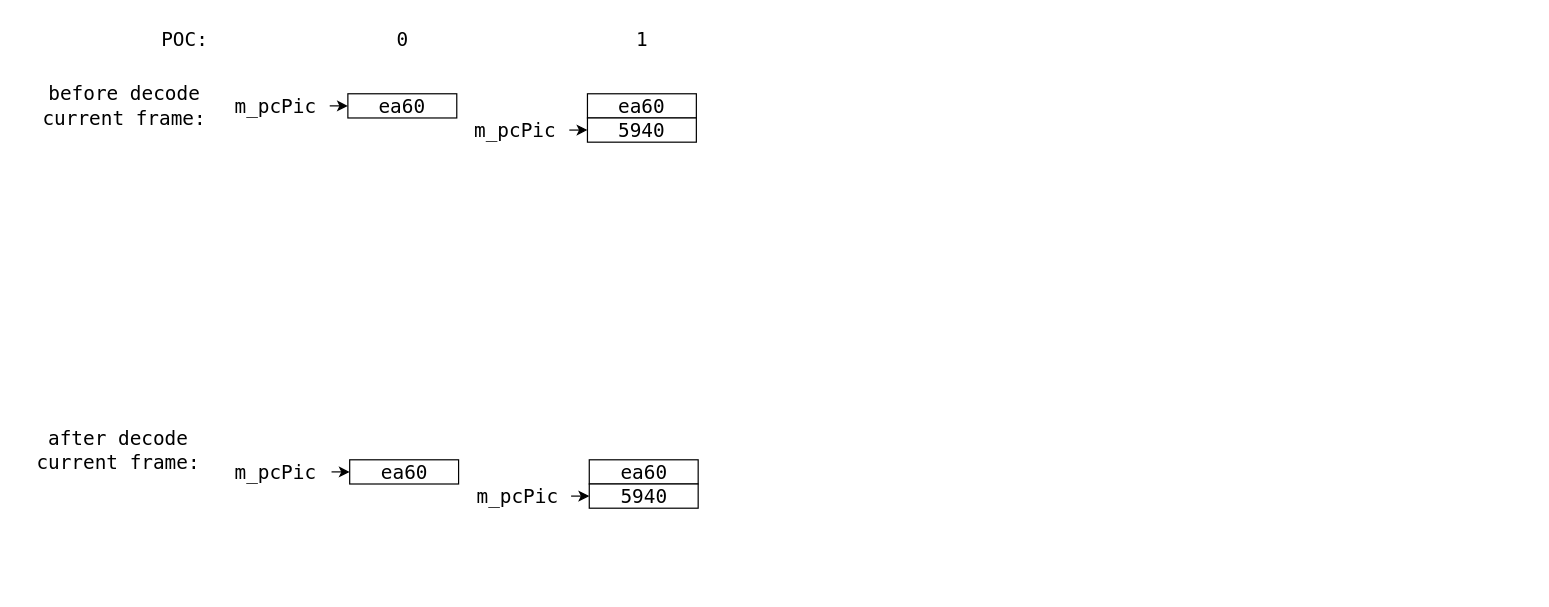
This is RefList_LDP.drawio from Joeyrr/draw.io, a draw.io file, before an edit. Source tidied: cells renumbered, new cells numbered last; positions are measured from the earlier drawing's top-left corner, leaving out a move shared by most shapes. Both pictures are drawn from the tidied source at 121%, with x=0, y=0 at pixel (21, 21).
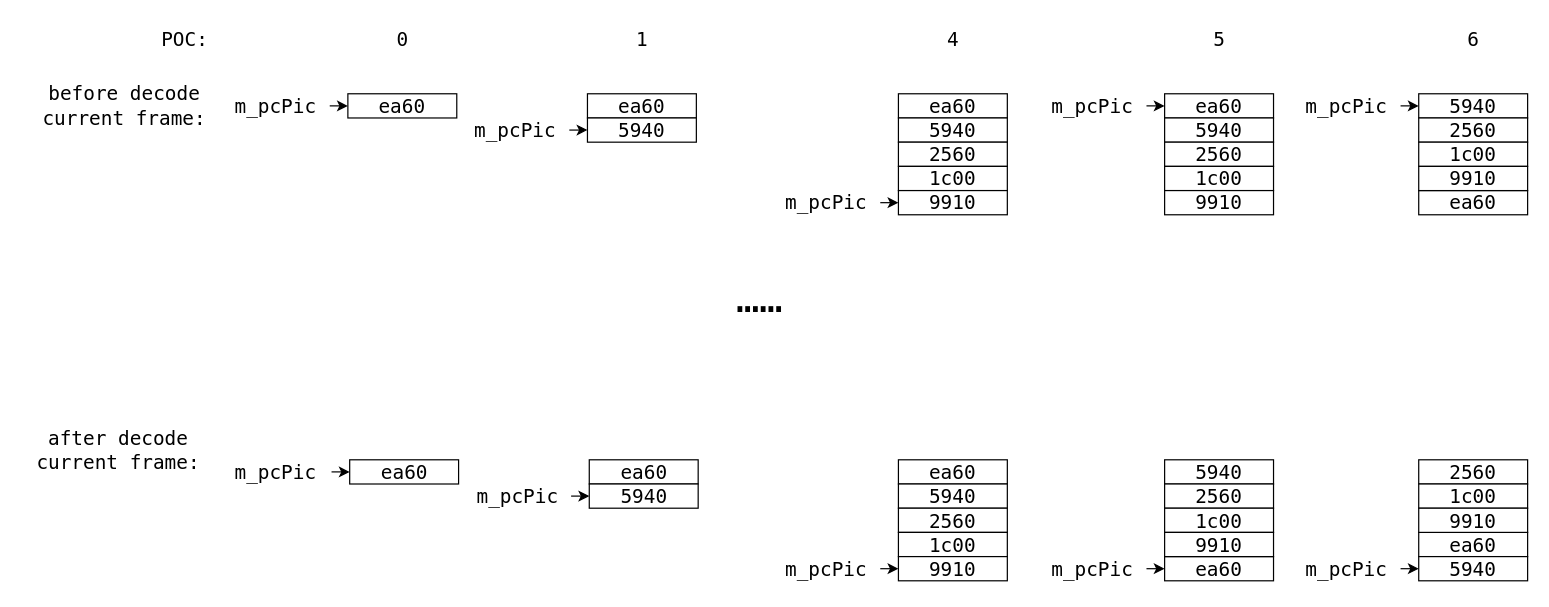
The same page after the edit.

What changed in the source:
```diff
@@
+    <mxCell id="21" value="&lt;font style=&quot;font-size: 32px;&quot;&gt;……&lt;/font&gt;" style="text;html=1;align=center;verticalAlign=middle;fillColor=none;strokeColor=none;rounded=0;fontFamily=Lucida Console;fontSize=16;" parent="1" vertex="1">
+      <mxGeometry x="580" y="205" width="60" height="50" as="geometry" />
+    </mxCell>
+    <mxCell id="22" value="ea60" style="rounded=0;whiteSpace=wrap;html=1;fontFamily=Lucida Console;fontSize=16;" parent="1" vertex="1">
+      <mxGeometry x="725" y="60" width="90" height="20" as="geometry" />
+    </mxCell>
+    <mxCell id="23" value="4" style="text;html=1;align=center;verticalAlign=middle;fillColor=none;strokeColor=none;rounded=0;fontFamily=Lucida Console;fontSize=16;" parent="1" vertex="1">
+      <mxGeometry x="755" width="30" height="30" as="geometry" />
+    </mxCell>
+    <mxCell id="24" value="5940" style="rounded=0;whiteSpace=wrap;html=1;fontFamily=Lucida Console;fontSize=16;" parent="1" vertex="1">
+      <mxGeometry x="725" y="80" width="90" height="20" as="geometry" />
+    </mxCell>
+    <mxCell id="25" style="endArrow=classic;html=1;rounded=0;fontFamily=Lucida Console;fontSize=16;entryX=0;entryY=0.5;entryDx=0;entryDy=0;" parent="1" edge="1">
+      <mxGeometry relative="1" as="geometry">
+        <mxPoint x="710" y="150" as="sourcePoint" />
+        <mxPoint x="725" y="150" as="targetPoint" />
+      </mxGeometry>
+    </mxCell>
+    <mxCell id="26" value="m_pcPic" style="text;html=1;align=center;verticalAlign=middle;fillColor=none;strokeColor=none;rounded=0;fontFamily=Lucida Console;fontSize=16;" parent="1" vertex="1">
+      <mxGeometry x="620" y="135" width="90" height="30" as="geometry" />
+    </mxCell>
+    <mxCell id="27" value="2560" style="rounded=0;whiteSpace=wrap;html=1;fontFamily=Lucida Console;fontSize=16;" parent="1" vertex="1">
+      <mxGeometry x="725" y="100" width="90" height="20" as="geometry" />
+    </mxCell>
+    <mxCell id="28" value="1c00" style="rounded=0;whiteSpace=wrap;html=1;fontFamily=Lucida Console;fontSize=16;" parent="1" vertex="1">
+      <mxGeometry x="725" y="120" width="90" height="20" as="geometry" />
+    </mxCell>
+    <mxCell id="29" value="9910" style="rounded=0;whiteSpace=wrap;html=1;fontFamily=Lucida Console;fontSize=16;" parent="1" vertex="1">
+      <mxGeometry x="725" y="140" width="90" height="20" as="geometry" />
+    </mxCell>
+    <mxCell id="30" value="ea60" style="rounded=0;whiteSpace=wrap;html=1;fontFamily=Lucida Console;fontSize=16;" parent="1" vertex="1">
+      <mxGeometry x="725" y="362.5" width="90" height="20" as="geometry" />
+    </mxCell>
+    <mxCell id="31" value="5940" style="rounded=0;whiteSpace=wrap;html=1;fontFamily=Lucida Console;fontSize=16;" parent="1" vertex="1">
+      <mxGeometry x="725" y="382.5" width="90" height="20" as="geometry" />
+    </mxCell>
+    <mxCell id="32" style="endArrow=classic;html=1;rounded=0;fontFamily=Lucida Console;fontSize=16;entryX=0;entryY=0.5;entryDx=0;entryDy=0;" parent="1" edge="1">
+      <mxGeometry relative="1" as="geometry">
+        <mxPoint x="710" y="452.5" as="sourcePoint" />
+        <mxPoint x="725" y="452.5" as="targetPoint" />
+      </mxGeometry>
+    </mxCell>
+    <mxCell id="33" value="m_pcPic" style="text;html=1;align=center;verticalAlign=middle;fillColor=none;strokeColor=none;rounded=0;fontFamily=Lucida Console;fontSize=16;" parent="1" vertex="1">
+      <mxGeometry x="620" y="437.5" width="90" height="30" as="geometry" />
+    </mxCell>
+    <mxCell id="34" value="2560" style="rounded=0;whiteSpace=wrap;html=1;fontFamily=Lucida Console;fontSize=16;" parent="1" vertex="1">
+      <mxGeometry x="725" y="402.5" width="90" height="20" as="geometry" />
+    </mxCell>
+    <mxCell id="35" value="1c00" style="rounded=0;whiteSpace=wrap;html=1;fontFamily=Lucida Console;fontSize=16;" parent="1" vertex="1">
+      <mxGeometry x="725" y="422.5" width="90" height="20" as="geometry" />
+    </mxCell>
+    <mxCell id="36" value="9910" style="rounded=0;whiteSpace=wrap;html=1;fontFamily=Lucida Console;fontSize=16;" parent="1" vertex="1">
+      <mxGeometry x="725" y="442.5" width="90" height="20" as="geometry" />
+    </mxCell>
+    <mxCell id="37" value="ea60" style="rounded=0;whiteSpace=wrap;html=1;fontFamily=Lucida Console;fontSize=16;" parent="1" vertex="1">
+      <mxGeometry x="945" y="60" width="90" height="20" as="geometry" />
+    </mxCell>
+    <mxCell id="38" value="5" style="text;html=1;align=center;verticalAlign=middle;fillColor=none;strokeColor=none;rounded=0;fontFamily=Lucida Console;fontSize=16;" parent="1" vertex="1">
+      <mxGeometry x="975" width="30" height="30" as="geometry" />
+    </mxCell>
+    <mxCell id="39" value="5940" style="rounded=0;whiteSpace=wrap;html=1;fontFamily=Lucida Console;fontSize=16;" parent="1" vertex="1">
+      <mxGeometry x="945" y="80" width="90" height="20" as="geometry" />
+    </mxCell>
+    <mxCell id="40" style="endArrow=classic;html=1;rounded=0;fontFamily=Lucida Console;fontSize=16;entryX=0;entryY=0.5;entryDx=0;entryDy=0;" parent="1" edge="1">
+      <mxGeometry relative="1" as="geometry">
+        <mxPoint x="930" y="70" as="sourcePoint" />
+        <mxPoint x="945" y="70" as="targetPoint" />
+      </mxGeometry>
+    </mxCell>
+    <mxCell id="41" value="m_pcPic" style="text;html=1;align=center;verticalAlign=middle;fillColor=none;strokeColor=none;rounded=0;fontFamily=Lucida Console;fontSize=16;" parent="1" vertex="1">
+      <mxGeometry x="840" y="55" width="90" height="30" as="geometry" />
+    </mxCell>
+    <mxCell id="42" value="2560" style="rounded=0;whiteSpace=wrap;html=1;fontFamily=Lucida Console;fontSize=16;" parent="1" vertex="1">
+      <mxGeometry x="945" y="100" width="90" height="20" as="geometry" />
+    </mxCell>
+    <mxCell id="43" value="1c00" style="rounded=0;whiteSpace=wrap;html=1;fontFamily=Lucida Console;fontSize=16;" parent="1" vertex="1">
+      <mxGeometry x="945" y="120" width="90" height="20" as="geometry" />
+    </mxCell>
+    <mxCell id="44" value="9910" style="rounded=0;whiteSpace=wrap;html=1;fontFamily=Lucida Console;fontSize=16;" parent="1" vertex="1">
+      <mxGeometry x="945" y="140" width="90" height="20" as="geometry" />
+    </mxCell>
+    <mxCell id="45" value="ea60" style="rounded=0;whiteSpace=wrap;html=1;fontFamily=Lucida Console;fontSize=16;" parent="1" vertex="1">
+      <mxGeometry x="945" y="442.5" width="90" height="20" as="geometry" />
+    </mxCell>
+    <mxCell id="46" value="5940" style="rounded=0;whiteSpace=wrap;html=1;fontFamily=Lucida Console;fontSize=16;" parent="1" vertex="1">
+      <mxGeometry x="945" y="362.5" width="90" height="20" as="geometry" />
+    </mxCell>
+    <mxCell id="47" style="endArrow=classic;html=1;rounded=0;fontFamily=Lucida Console;fontSize=16;entryX=0;entryY=0.5;entryDx=0;entryDy=0;" parent="1" edge="1">
+      <mxGeometry relative="1" as="geometry">
+        <mxPoint x="930" y="452.5" as="sourcePoint" />
+        <mxPoint x="945" y="452.5" as="targetPoint" />
+      </mxGeometry>
+    </mxCell>
+    <mxCell id="48" value="m_pcPic" style="text;html=1;align=center;verticalAlign=middle;fillColor=none;strokeColor=none;rounded=0;fontFamily=Lucida Console;fontSize=16;" parent="1" vertex="1">
+      <mxGeometry x="840" y="437.5" width="90" height="30" as="geometry" />
+    </mxCell>
+    <mxCell id="49" value="2560" style="rounded=0;whiteSpace=wrap;html=1;fontFamily=Lucida Console;fontSize=16;" parent="1" vertex="1">
+      <mxGeometry x="945" y="382.5" width="90" height="20" as="geometry" />
+    </mxCell>
+    <mxCell id="50" value="1c00" style="rounded=0;whiteSpace=wrap;html=1;fontFamily=Lucida Console;fontSize=16;" parent="1" vertex="1">
+      <mxGeometry x="945" y="402.5" width="90" height="20" as="geometry" />
+    </mxCell>
+    <mxCell id="51" value="9910" style="rounded=0;whiteSpace=wrap;html=1;fontFamily=Lucida Console;fontSize=16;" parent="1" vertex="1">
+      <mxGeometry x="945" y="422.5" width="90" height="20" as="geometry" />
+    </mxCell>
+    <mxCell id="52" value="6" style="text;html=1;align=center;verticalAlign=middle;fillColor=none;strokeColor=none;rounded=0;fontFamily=Lucida Console;fontSize=16;" parent="1" vertex="1">
+      <mxGeometry x="1185" width="30" height="30" as="geometry" />
+    </mxCell>
+    <mxCell id="53" style="endArrow=classic;html=1;rounded=0;fontFamily=Lucida Console;fontSize=16;entryX=0;entryY=0.5;entryDx=0;entryDy=0;" parent="1" edge="1">
+      <mxGeometry relative="1" as="geometry">
+        <mxPoint x="1140" y="70" as="sourcePoint" />
+        <mxPoint x="1155" y="70" as="targetPoint" />
+      </mxGeometry>
+    </mxCell>
+    <mxCell id="54" value="m_pcPic" style="text;html=1;align=center;verticalAlign=middle;fillColor=none;strokeColor=none;rounded=0;fontFamily=Lucida Console;fontSize=16;" parent="1" vertex="1">
+      <mxGeometry x="1050" y="55" width="90" height="30" as="geometry" />
+    </mxCell>
+    <mxCell id="55" value="ea60" style="rounded=0;whiteSpace=wrap;html=1;fontFamily=Lucida Console;fontSize=16;" parent="1" vertex="1">
+      <mxGeometry x="1155" y="422.5" width="90" height="20" as="geometry" />
+    </mxCell>
+    <mxCell id="56" value="5940" style="rounded=0;whiteSpace=wrap;html=1;fontFamily=Lucida Console;fontSize=16;" parent="1" vertex="1">
+      <mxGeometry x="1155" y="442.5" width="90" height="20" as="geometry" />
+    </mxCell>
+    <mxCell id="57" style="endArrow=classic;html=1;rounded=0;fontFamily=Lucida Console;fontSize=16;entryX=0;entryY=0.5;entryDx=0;entryDy=0;" parent="1" edge="1">
+      <mxGeometry relative="1" as="geometry">
+        <mxPoint x="1140" y="452.5" as="sourcePoint" />
+        <mxPoint x="1155" y="452.5" as="targetPoint" />
+      </mxGeometry>
+    </mxCell>
+    <mxCell id="58" value="m_pcPic" style="text;html=1;align=center;verticalAlign=middle;fillColor=none;strokeColor=none;rounded=0;fontFamily=Lucida Console;fontSize=16;" parent="1" vertex="1">
+      <mxGeometry x="1050" y="437.5" width="90" height="30" as="geometry" />
+    </mxCell>
+    <mxCell id="59" value="2560" style="rounded=0;whiteSpace=wrap;html=1;fontFamily=Lucida Console;fontSize=16;" parent="1" vertex="1">
+      <mxGeometry x="1155" y="362.5" width="90" height="20" as="geometry" />
+    </mxCell>
+    <mxCell id="60" value="1c00" style="rounded=0;whiteSpace=wrap;html=1;fontFamily=Lucida Console;fontSize=16;" parent="1" vertex="1">
+      <mxGeometry x="1155" y="382.5" width="90" height="20" as="geometry" />
+    </mxCell>
+    <mxCell id="61" value="9910" style="rounded=0;whiteSpace=wrap;html=1;fontFamily=Lucida Console;fontSize=16;" parent="1" vertex="1">
+      <mxGeometry x="1155" y="402.5" width="90" height="20" as="geometry" />
+    </mxCell>
+    <mxCell id="62" value="ea60" style="rounded=0;whiteSpace=wrap;html=1;fontFamily=Lucida Console;fontSize=16;" parent="1" vertex="1">
+      <mxGeometry x="1155" y="140" width="90" height="20" as="geometry" />
+    </mxCell>
+    <mxCell id="63" value="5940" style="rounded=0;whiteSpace=wrap;html=1;fontFamily=Lucida Console;fontSize=16;" parent="1" vertex="1">
+      <mxGeometry x="1155" y="60" width="90" height="20" as="geometry" />
+    </mxCell>
+    <mxCell id="64" value="2560" style="rounded=0;whiteSpace=wrap;html=1;fontFamily=Lucida Console;fontSize=16;" parent="1" vertex="1">
+      <mxGeometry x="1155" y="80" width="90" height="20" as="geometry" />
+    </mxCell>
+    <mxCell id="65" value="1c00" style="rounded=0;whiteSpace=wrap;html=1;fontFamily=Lucida Console;fontSize=16;" parent="1" vertex="1">
+      <mxGeometry x="1155" y="100" width="90" height="20" as="geometry" />
+    </mxCell>
+    <mxCell id="66" value="9910" style="rounded=0;whiteSpace=wrap;html=1;fontFamily=Lucida Console;fontSize=16;" parent="1" vertex="1">
+      <mxGeometry x="1155" y="120" width="90" height="20" as="geometry" />
+    </mxCell>
```
